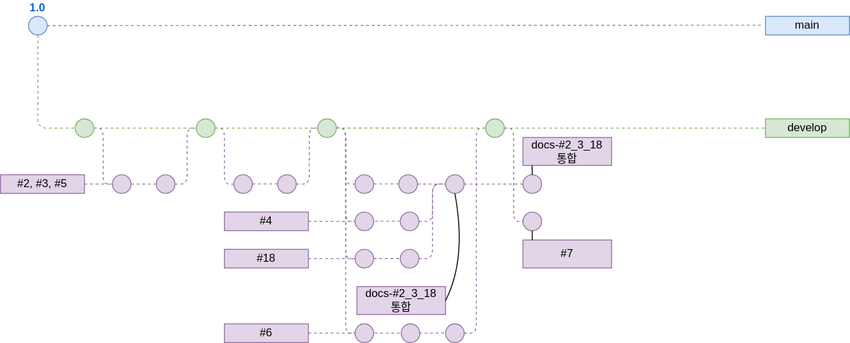
Earlier version of the draw.io export docs/git/gitBranch.drawio.svg (1Dohyeon/RentEase). Source tidied: cells renumbered, new cells last; positions are measured from the earlier drawing's top-left corner, leaving out a move shared by most shapes.
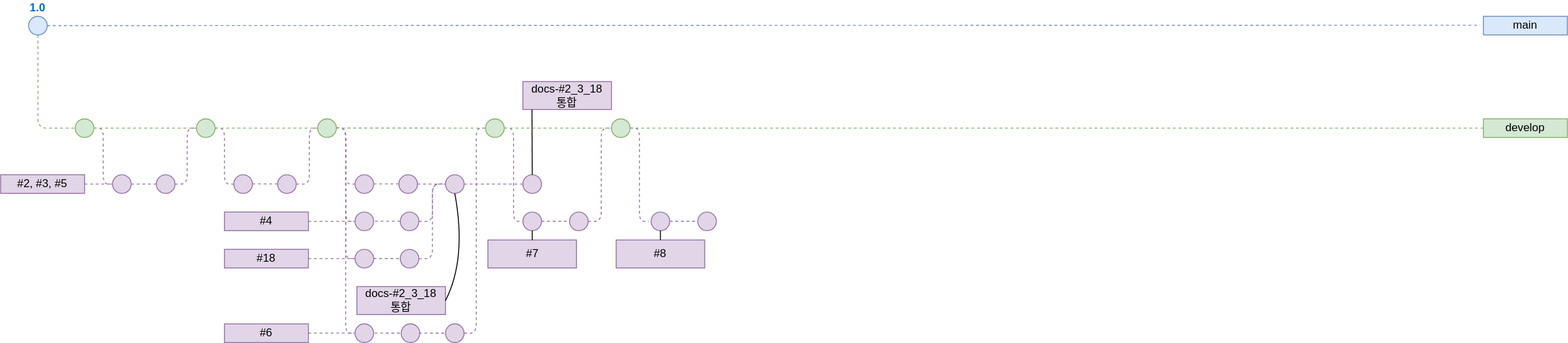
After the change.

Diff of the diagram source:
```diff
@@ -13,7 +13,7 @@
       <mxGeometry x="30" width="20" height="20" as="geometry" />
     </mxCell>
     <mxCell id="4" value="main" style="text;html=1;strokeColor=#6c8ebf;fillColor=#dae8fc;align=center;verticalAlign=middle;whiteSpace=wrap;rounded=0;" parent="1" vertex="1">
-      <mxGeometry x="820" width="90" height="20" as="geometry" />
+      <mxGeometry x="1590" width="90" height="20" as="geometry" />
     </mxCell>
     <mxCell id="5" style="edgeStyle=orthogonalEdgeStyle;rounded=1;jettySize=auto;html=1;dashed=1;endArrow=none;endFill=0;fontSize=12;fontColor=#FFB570;fillColor=#e1d5e7;strokeColor=#9673a6;entryX=0;entryY=0.5;entryDx=0;entryDy=0;exitX=1;exitY=0.5;exitDx=0;exitDy=0;" parent="1" edge="1" source="6" target="19">
       <mxGeometry relative="1" as="geometry">
@@ -27,7 +27,7 @@
       <mxGeometry x="80" y="110" width="20" height="20" as="geometry" />
     </mxCell>
     <mxCell id="7" value="develop" style="text;html=1;strokeColor=#82b366;fillColor=#d5e8d4;align=center;verticalAlign=middle;whiteSpace=wrap;rounded=0;" parent="1" vertex="1">
-      <mxGeometry x="820" y="110" width="90" height="20" as="geometry" />
+      <mxGeometry x="1590" y="110" width="90" height="20" as="geometry" />
     </mxCell>
     <mxCell id="8" style="edgeStyle=orthogonalEdgeStyle;rounded=1;jettySize=auto;html=1;dashed=1;endArrow=none;endFill=0;fillColor=#d5e8d4;strokeColor=#82b366;entryX=0;entryY=0.5;entryDx=0;entryDy=0;" parent="1" edge="1" source="6" target="10">
       <mxGeometry relative="1" as="geometry" />
@@ -73,7 +73,7 @@
         </Array>
       </mxGeometry>
     </mxCell>
-    <mxCell id="17" style="edgeStyle=orthogonalEdgeStyle;rounded=1;jettySize=auto;html=1;dashed=1;endArrow=none;endFill=0;fillColor=#d5e8d4;strokeColor=#82b366;entryX=0;entryY=0.5;entryDx=0;entryDy=0;" parent="1" edge="1" source="57" target="7">
+    <mxCell id="17" style="edgeStyle=orthogonalEdgeStyle;rounded=1;jettySize=auto;html=1;dashed=1;endArrow=none;endFill=0;fillColor=#d5e8d4;strokeColor=#82b366;entryX=0;entryY=0.5;entryDx=0;entryDy=0;" parent="1" edge="1" source="71" target="7">
       <mxGeometry relative="1" as="geometry" />
     </mxCell>
     <mxCell id="18" value="#2, #3, #5" style="text;html=1;strokeColor=#9673a6;fillColor=#e1d5e7;align=center;verticalAlign=middle;whiteSpace=wrap;rounded=0;" parent="1" vertex="1">
@@ -294,10 +294,10 @@
       </mxGeometry>
     </mxCell>
     <mxCell id="62" value="docs-#2_3_18&lt;div&gt;통합&lt;/div&gt;" style="text;html=1;strokeColor=#9673a6;fillColor=#e1d5e7;align=center;verticalAlign=middle;whiteSpace=wrap;rounded=0;" parent="1" vertex="1">
-      <mxGeometry x="560" y="130" width="95" height="30" as="geometry" />
+      <mxGeometry x="560" y="70" width="95" height="30" as="geometry" />
     </mxCell>
     <mxCell id="63" value="#7" style="text;html=1;strokeColor=#9673a6;fillColor=#e1d5e7;align=center;verticalAlign=middle;whiteSpace=wrap;rounded=0;" parent="1" vertex="1">
-      <mxGeometry x="560" y="240" width="95" height="30" as="geometry" />
+      <mxGeometry x="522.5" y="240" width="95" height="30" as="geometry" />
     </mxCell>
     <mxCell id="64" style="endArrow=none;html=1;rounded=0;fontSize=12;startSize=8;endSize=8;curved=1;entryX=0.5;entryY=1;entryDx=0;entryDy=0;exitX=1;exitY=0.5;exitDx=0;exitDy=0;" parent="1" edge="1" source="46" target="42">
       <mxGeometry relative="1" as="geometry">
@@ -314,5 +314,59 @@
         <mxPoint x="570" y="240" as="sourcePoint" />
       </mxGeometry>
     </mxCell>
+    <mxCell id="67" style="ellipse;whiteSpace=wrap;html=1;fontSize=10;fillColor=#e1d5e7;strokeColor=#9673a6;" parent="1" vertex="1">
+      <mxGeometry x="610" y="210" width="20" height="20" as="geometry" />
+    </mxCell>
+    <mxCell id="68" style="edgeStyle=orthogonalEdgeStyle;rounded=1;orthogonalLoop=1;jettySize=auto;html=1;dashed=1;endArrow=none;endFill=0;fontSize=12;fontColor=#FFB570;fillColor=#e1d5e7;strokeColor=#9673a6;" parent="1" edge="1">
+      <mxGeometry relative="1" as="geometry">
+        <mxPoint x="580" y="219.9" as="sourcePoint" />
+        <mxPoint x="610" y="220.1" as="targetPoint" />
+      </mxGeometry>
+    </mxCell>
+    <mxCell id="69" style="edgeStyle=orthogonalEdgeStyle;rounded=1;jettySize=auto;html=1;dashed=1;endArrow=none;endFill=0;fontSize=12;fontColor=#FFB570;fillColor=#e1d5e7;strokeColor=#9673a6;entryX=0;entryY=0.5;entryDx=0;entryDy=0;" parent="1" edge="1" target="71">
+      <mxGeometry relative="1" as="geometry">
+        <mxPoint x="630" y="220" as="sourcePoint" />
+        <Array as="points">
+          <mxPoint x="644" y="220" />
+          <mxPoint x="644" y="120" />
+        </Array>
+      </mxGeometry>
+    </mxCell>
+    <mxCell id="70" style="edgeStyle=orthogonalEdgeStyle;rounded=1;jettySize=auto;html=1;dashed=1;endArrow=none;endFill=0;fillColor=#d5e8d4;strokeColor=#82b366;entryX=0;entryY=0.5;entryDx=0;entryDy=0;" parent="1" edge="1" source="57" target="71">
+      <mxGeometry relative="1" as="geometry" />
+    </mxCell>
+    <mxCell id="71" style="ellipse;whiteSpace=wrap;html=1;fillColor=#d5e8d4;strokeColor=#82b366;" parent="1" vertex="1">
+      <mxGeometry x="655" y="110" width="20" height="20" as="geometry" />
+    </mxCell>
+    <mxCell id="72" style="edgeStyle=orthogonalEdgeStyle;rounded=1;orthogonalLoop=1;jettySize=auto;html=1;dashed=1;endArrow=none;endFill=0;fontSize=12;fontColor=#FFB570;fillColor=#e1d5e7;strokeColor=#9673a6;exitX=1;exitY=0.5;exitDx=0;exitDy=0;entryX=0;entryY=0.5;entryDx=0;entryDy=0;" parent="1" edge="1">
+      <mxGeometry relative="1" as="geometry">
+        <mxPoint x="675" y="120" as="sourcePoint" />
+        <mxPoint x="695" y="220" as="targetPoint" />
+        <Array as="points">
+          <mxPoint x="685" y="120" />
+          <mxPoint x="685" y="220" />
+        </Array>
+      </mxGeometry>
+    </mxCell>
+    <mxCell id="73" style="ellipse;whiteSpace=wrap;html=1;fontSize=10;fillColor=#e1d5e7;strokeColor=#9673a6;" parent="1" vertex="1">
+      <mxGeometry x="697.5" y="210" width="20" height="20" as="geometry" />
+    </mxCell>
+    <mxCell id="74" value="#8" style="text;html=1;strokeColor=#9673a6;fillColor=#e1d5e7;align=center;verticalAlign=middle;whiteSpace=wrap;rounded=0;" parent="1" vertex="1">
+      <mxGeometry x="660" y="240" width="95" height="30" as="geometry" />
+    </mxCell>
+    <mxCell id="75" style="endArrow=none;html=1;rounded=0;fontSize=12;startSize=8;endSize=8;curved=1;entryX=0.5;entryY=1;entryDx=0;entryDy=0;" parent="1" edge="1" target="73">
+      <mxGeometry relative="1" as="geometry">
+        <mxPoint x="707.5" y="240" as="sourcePoint" />
+      </mxGeometry>
+    </mxCell>
+    <mxCell id="76" style="ellipse;whiteSpace=wrap;html=1;fontSize=10;fillColor=#e1d5e7;strokeColor=#9673a6;" parent="1" vertex="1">
+      <mxGeometry x="747.5" y="210" width="20" height="20" as="geometry" />
+    </mxCell>
+    <mxCell id="77" style="edgeStyle=orthogonalEdgeStyle;rounded=1;orthogonalLoop=1;jettySize=auto;html=1;dashed=1;endArrow=none;endFill=0;fontSize=12;fontColor=#FFB570;fillColor=#e1d5e7;strokeColor=#9673a6;" parent="1" edge="1">
+      <mxGeometry relative="1" as="geometry">
+        <mxPoint x="717.5" y="219.9" as="sourcePoint" />
+        <mxPoint x="747.5" y="220.1" as="targetPoint" />
+      </mxGeometry>
+    </mxCell>
   </root>
 </mxGraphModel>
```
